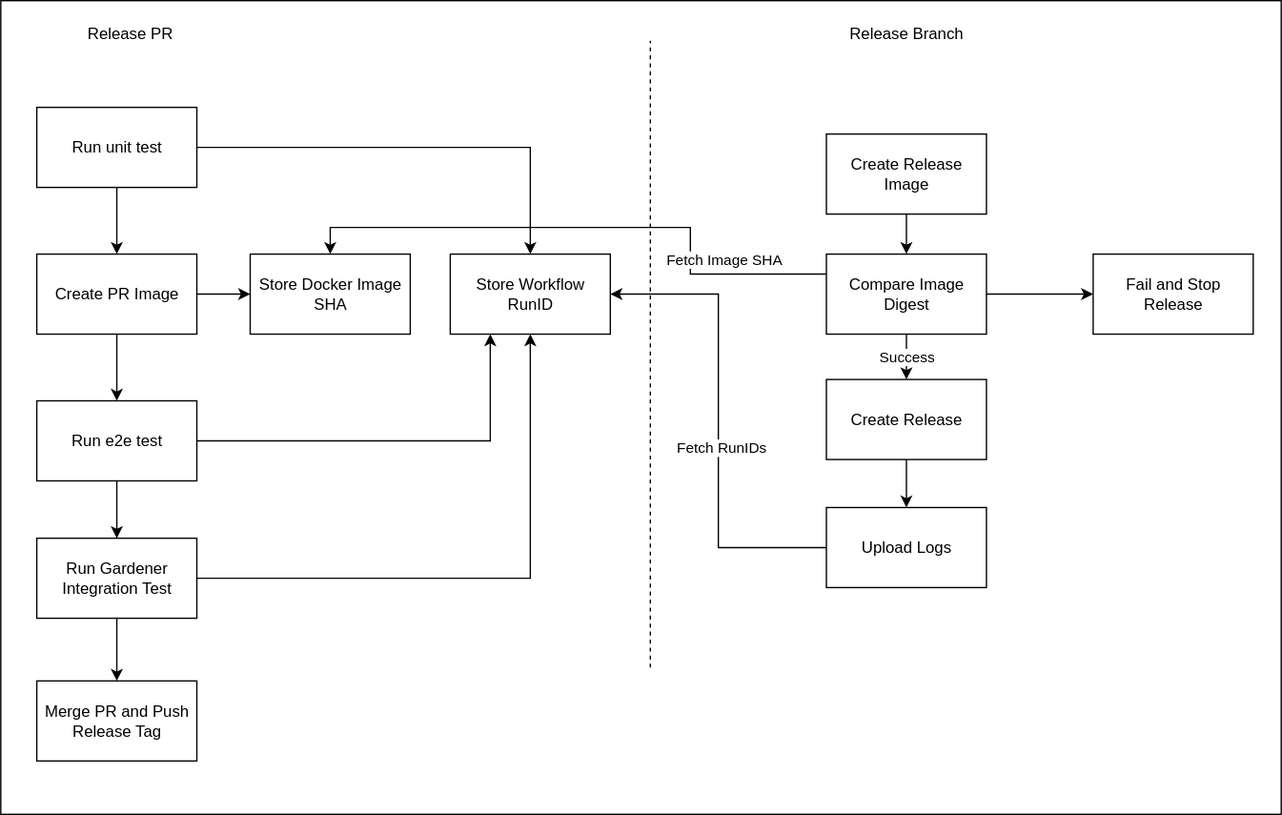
Above: docs/contributor/assets/auditable-release.drawio.svg in kyma-project/telemetry-manager (draw.io), before the change. Source tidied: cells renumbered, new cells last; positions are measured from the earlier drawing's top-left corner, leaving out a move shared by most shapes.
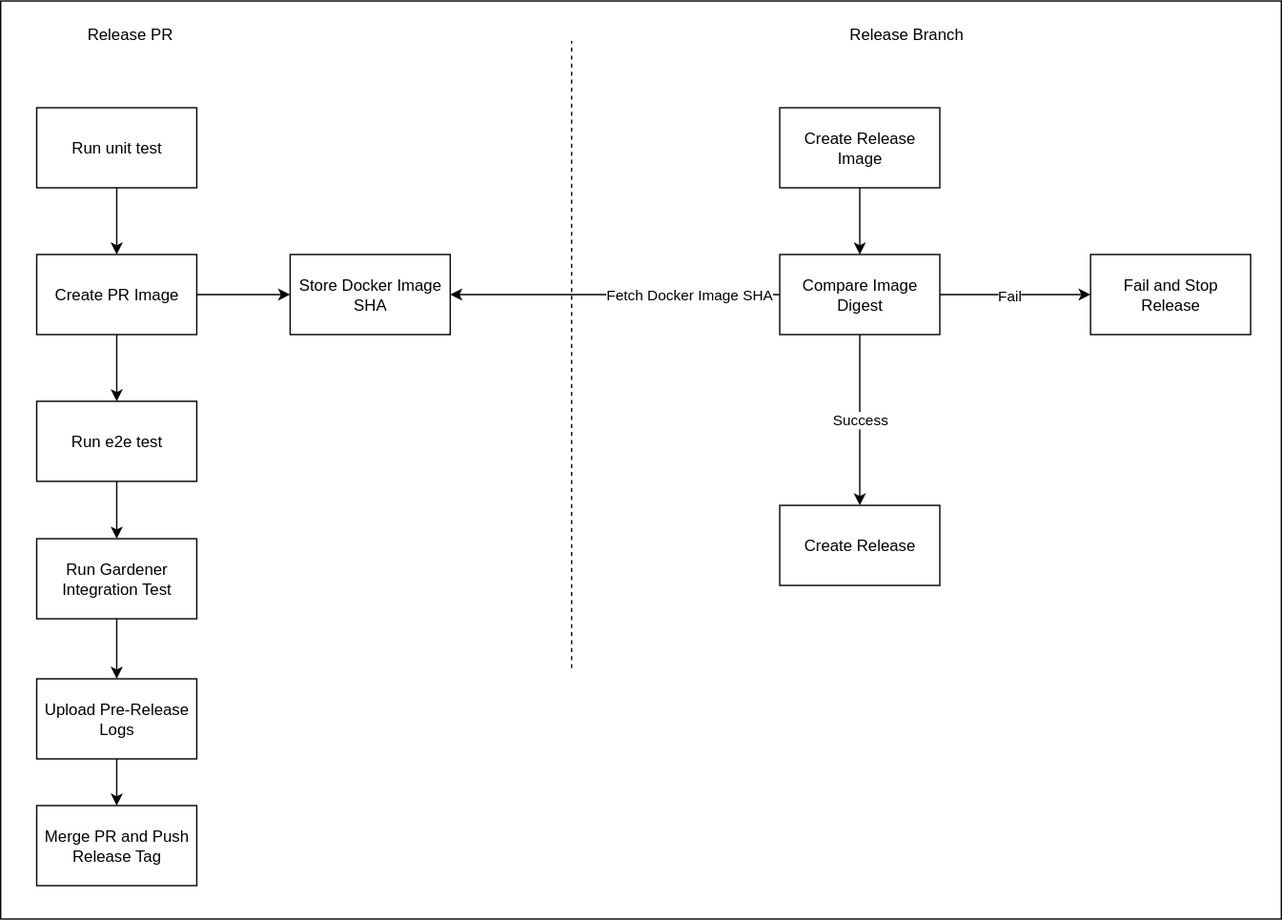
Later version of the same file.

What changed in the source:
```diff
@@ -2,115 +2,89 @@
   <root>
     <mxCell id="0" />
     <mxCell id="1" parent="0" />
-    <mxCell id="2" style="group;" parent="1" vertex="1">
-      <mxGeometry width="960" height="610" as="geometry" />
-    </mxCell>
-    <mxCell id="3" style="rounded=0;whiteSpace=wrap;html=1;labelBackgroundColor=none;fillStyle=hatch;" parent="2" vertex="1">
-      <mxGeometry width="960" height="610" as="geometry" />
+    <mxCell id="3" style="rounded=0;whiteSpace=wrap;html=1;labelBackgroundColor=none;fillStyle=hatch;" parent="1" vertex="1">
+      <mxGeometry y="2" width="960" height="688" as="geometry" />
     </mxCell>
-    <mxCell id="4" style="edgeStyle=orthogonalEdgeStyle;rounded=0;jettySize=auto;html=1;exitX=0.5;exitY=1;exitDx=0;exitDy=0;entryX=0.5;entryY=0;entryDx=0;entryDy=0;" parent="2" edge="1" source="6" target="9">
+    <mxCell id="4" style="edgeStyle=orthogonalEdgeStyle;rounded=0;jettySize=auto;html=1;exitX=0.5;exitY=1;exitDx=0;exitDy=0;entryX=0.5;entryY=0;entryDx=0;entryDy=0;" parent="1" edge="1" source="6" target="9">
       <mxGeometry relative="1" as="geometry" />
     </mxCell>
-    <mxCell id="5" style="edgeStyle=orthogonalEdgeStyle;rounded=0;jettySize=auto;html=1;exitX=1;exitY=0.5;exitDx=0;exitDy=0;entryX=0;entryY=0.5;entryDx=0;entryDy=0;" parent="2" edge="1" source="6" target="30">
+    <mxCell id="5" style="edgeStyle=orthogonalEdgeStyle;rounded=0;jettySize=auto;html=1;exitX=1;exitY=0.5;exitDx=0;exitDy=0;entryX=0;entryY=0.5;entryDx=0;entryDy=0;" parent="1" edge="1" source="6" target="30">
       <mxGeometry relative="1" as="geometry" />
     </mxCell>
-    <mxCell id="6" value="Create PR Image" style="rounded=0;whiteSpace=wrap;html=1;" parent="2" vertex="1">
-      <mxGeometry x="27" y="190" width="120" height="60" as="geometry" />
+    <mxCell id="6" value="Create PR Image" style="rounded=0;whiteSpace=wrap;html=1;" parent="1" vertex="1">
+      <mxGeometry x="27" y="192" width="120" height="60" as="geometry" />
     </mxCell>
-    <mxCell id="7" style="edgeStyle=orthogonalEdgeStyle;rounded=0;jettySize=auto;html=1;exitX=1;exitY=0.5;exitDx=0;exitDy=0;entryX=0.25;entryY=1;entryDx=0;entryDy=0;" parent="2" edge="1" source="9" target="29">
-      <mxGeometry relative="1" as="geometry" />
-    </mxCell>
-    <mxCell id="8" style="edgeStyle=orthogonalEdgeStyle;rounded=0;jettySize=auto;html=1;exitX=0.5;exitY=1;exitDx=0;exitDy=0;" parent="2" edge="1" source="9" target="34">
+    <mxCell id="8" style="edgeStyle=orthogonalEdgeStyle;rounded=0;jettySize=auto;html=1;exitX=0.5;exitY=1;exitDx=0;exitDy=0;" parent="1" edge="1" source="9" target="34">
       <mxGeometry relative="1" as="geometry" />
     </mxCell>
-    <mxCell id="9" value="Run e2e test" style="rounded=0;whiteSpace=wrap;html=1;" parent="2" vertex="1">
-      <mxGeometry x="27" y="300" width="120" height="60" as="geometry" />
+    <mxCell id="9" value="Run e2e test" style="rounded=0;whiteSpace=wrap;html=1;" parent="1" vertex="1">
+      <mxGeometry x="27" y="302" width="120" height="60" as="geometry" />
     </mxCell>
-    <mxCell id="10" style="edgeStyle=orthogonalEdgeStyle;rounded=0;jettySize=auto;html=1;exitX=0.5;exitY=1;exitDx=0;exitDy=0;entryX=0.5;entryY=0;entryDx=0;entryDy=0;" parent="2" edge="1" source="12" target="6">
+    <mxCell id="10" style="edgeStyle=orthogonalEdgeStyle;rounded=0;jettySize=auto;html=1;exitX=0.5;exitY=1;exitDx=0;exitDy=0;entryX=0.5;entryY=0;entryDx=0;entryDy=0;" parent="1" edge="1" source="12" target="6">
       <mxGeometry relative="1" as="geometry" />
     </mxCell>
-    <mxCell id="11" style="edgeStyle=orthogonalEdgeStyle;rounded=0;jettySize=auto;html=1;exitX=1;exitY=0.5;exitDx=0;exitDy=0;entryX=0.5;entryY=0;entryDx=0;entryDy=0;" parent="2" edge="1" source="12" target="29">
-      <mxGeometry relative="1" as="geometry" />
-    </mxCell>
-    <mxCell id="12" value="Run unit test" style="rounded=0;whiteSpace=wrap;html=1;" parent="2" vertex="1">
-      <mxGeometry x="27" y="80" width="120" height="60" as="geometry" />
+    <mxCell id="12" value="Run unit test" style="rounded=0;whiteSpace=wrap;html=1;" parent="1" vertex="1">
+      <mxGeometry x="27" y="82" width="120" height="60" as="geometry" />
     </mxCell>
-    <mxCell id="13" style="edgeStyle=orthogonalEdgeStyle;rounded=0;jettySize=auto;html=1;exitX=0.5;exitY=1;exitDx=0;exitDy=0;" parent="2" edge="1" source="14" target="19">
+    <mxCell id="13" style="edgeStyle=orthogonalEdgeStyle;rounded=0;jettySize=auto;html=1;exitX=0.5;exitY=1;exitDx=0;exitDy=0;" parent="1" edge="1" source="14" target="19">
       <mxGeometry relative="1" as="geometry" />
     </mxCell>
-    <mxCell id="14" value="Create Release Image" style="rounded=0;whiteSpace=wrap;html=1;" parent="2" vertex="1">
-      <mxGeometry x="619" y="100" width="120" height="60" as="geometry" />
+    <mxCell id="14" value="Create Release Image" style="rounded=0;whiteSpace=wrap;html=1;" parent="1" vertex="1">
+      <mxGeometry x="584" y="82" width="120" height="60" as="geometry" />
     </mxCell>
-    <mxCell id="15" value="Success" style="edgeStyle=orthogonalEdgeStyle;rounded=0;jettySize=auto;html=1;exitX=0.5;exitY=1;exitDx=0;exitDy=0;entryX=0.5;entryY=0;entryDx=0;entryDy=0;" parent="2" edge="1" source="19" target="21">
+    <mxCell id="15" value="Success" style="edgeStyle=orthogonalEdgeStyle;rounded=0;jettySize=auto;html=1;exitX=0.5;exitY=1;exitDx=0;exitDy=0;entryX=0.5;entryY=0;entryDx=0;entryDy=0;" parent="1" edge="1" source="19" target="21">
       <mxGeometry relative="1" as="geometry" />
     </mxCell>
-    <mxCell id="16" style="edgeStyle=orthogonalEdgeStyle;rounded=0;jettySize=auto;html=1;exitX=1;exitY=0.5;exitDx=0;exitDy=0;" parent="2" edge="1" source="19" target="31">
+    <mxCell id="16" style="edgeStyle=orthogonalEdgeStyle;rounded=0;jettySize=auto;html=1;exitX=1;exitY=0.5;exitDx=0;exitDy=0;" parent="1" edge="1" source="19" target="31">
       <mxGeometry relative="1" as="geometry" />
     </mxCell>
+    <mxCell id="35" value="Fail" style="edgeLabel;html=1;align=center;verticalAlign=middle;" parent="16" vertex="1">
+      <mxGeometry x="-0.1" relative="1" as="geometry" />
+    </mxCell>
-    <mxCell id="17" style="edgeStyle=orthogonalEdgeStyle;rounded=0;jettySize=auto;html=1;exitX=0;exitY=0.25;exitDx=0;exitDy=0;entryX=0.5;entryY=0;entryDx=0;entryDy=0;" parent="2" edge="1" source="19" target="30">
-      <mxGeometry relative="1" as="geometry">
-        <Array as="points">
-          <mxPoint x="517" y="205" />
-          <mxPoint x="517" y="170" />
-          <mxPoint x="247" y="170" />
-        </Array>
-      </mxGeometry>
+    <mxCell id="17" style="edgeStyle=orthogonalEdgeStyle;rounded=0;jettySize=auto;html=1;exitX=0;exitY=0.5;exitDx=0;exitDy=0;entryX=1;entryY=0.5;entryDx=0;entryDy=0;" parent="1" edge="1" source="19" target="30">
+      <mxGeometry relative="1" as="geometry" />
     </mxCell>
-    <mxCell id="18" value="Fetch Image SHA" style="edgeLabel;html=1;align=center;verticalAlign=middle;" parent="17" vertex="1">
-      <mxGeometry x="-0.46" y="-1" relative="1" as="geometry">
-        <mxPoint x="23" as="offset" />
-      </mxGeometry>
-    </mxCell>
+    <mxCell id="36" value="Fetch Docker Image SHA" style="edgeLabel;html=1;align=center;verticalAlign=middle;" parent="17" vertex="1">
+      <mxGeometry x="-0.44" y="-1" relative="1" as="geometry" />
+    </mxCell>
-    <mxCell id="19" value="Compare Image Digest" style="rounded=0;whiteSpace=wrap;html=1;" parent="2" vertex="1">
-      <mxGeometry x="619" y="190" width="120" height="60" as="geometry" />
+    <mxCell id="19" value="Compare Image Digest" style="rounded=0;whiteSpace=wrap;html=1;" parent="1" vertex="1">
+      <mxGeometry x="584" y="192" width="120" height="60" as="geometry" />
     </mxCell>
-    <mxCell id="20" style="edgeStyle=orthogonalEdgeStyle;rounded=0;jettySize=auto;html=1;exitX=0.5;exitY=1;exitDx=0;exitDy=0;entryX=0.5;entryY=0;entryDx=0;entryDy=0;" parent="2" edge="1" source="21" target="24">
-      <mxGeometry relative="1" as="geometry" />
-    </mxCell>
-    <mxCell id="21" value="Create Release" style="rounded=0;whiteSpace=wrap;html=1;" parent="2" vertex="1">
-      <mxGeometry x="619" y="284" width="120" height="60" as="geometry" />
+    <mxCell id="21" value="Create Release" style="rounded=0;whiteSpace=wrap;html=1;" parent="1" vertex="1">
+      <mxGeometry x="584" y="380" width="120" height="60" as="geometry" />
     </mxCell>
-    <mxCell id="22" style="edgeStyle=orthogonalEdgeStyle;rounded=0;jettySize=auto;html=1;exitX=0;exitY=0.5;exitDx=0;exitDy=0;entryX=1;entryY=0.5;entryDx=0;entryDy=0;" parent="2" edge="1" source="24" target="29">
-      <mxGeometry relative="1" as="geometry" />
-    </mxCell>
-    <mxCell id="23" value="Fetch RunIDs" style="edgeLabel;html=1;align=center;verticalAlign=middle;" parent="22" vertex="1">
-      <mxGeometry x="-0.11" y="-1" relative="1" as="geometry" />
-    </mxCell>
+    <mxCell id="37" style="edgeStyle=orthogonalEdgeStyle;rounded=0;jettySize=auto;html=1;exitX=0.5;exitY=1;exitDx=0;exitDy=0;entryX=0.5;entryY=0;entryDx=0;entryDy=0;" parent="1" edge="1" source="24" target="28">
+      <mxGeometry relative="1" as="geometry" />
+    </mxCell>
-    <mxCell id="24" value="Upload Logs" style="rounded=0;whiteSpace=wrap;html=1;" parent="2" vertex="1">
-      <mxGeometry x="619" y="380" width="120" height="60" as="geometry" />
+    <mxCell id="24" value="Upload Pre-Release Logs" style="rounded=0;whiteSpace=wrap;html=1;" parent="1" vertex="1">
+      <mxGeometry x="27" y="510" width="120" height="60" as="geometry" />
     </mxCell>
-    <mxCell id="25" style="endArrow=none;dashed=1;html=1;rounded=0;" parent="2" edge="1">
+    <mxCell id="25" style="endArrow=none;dashed=1;html=1;rounded=0;" parent="1" edge="1">
       <mxGeometry relative="1" as="geometry">
-        <mxPoint x="487" y="500" as="sourcePoint" />
-        <mxPoint x="487" y="30" as="targetPoint" />
+        <mxPoint x="428" y="502" as="sourcePoint" />
+        <mxPoint x="428" y="32" as="targetPoint" />
       </mxGeometry>
     </mxCell>
-    <mxCell id="26" value="Release PR" style="text;html=1;align=center;verticalAlign=middle;whiteSpace=wrap;rounded=0;" parent="2" vertex="1">
-      <mxGeometry x="47" y="10" width="100" height="30" as="geometry" />
+    <mxCell id="26" value="Release PR" style="text;html=1;align=center;verticalAlign=middle;whiteSpace=wrap;rounded=0;" parent="1" vertex="1">
+      <mxGeometry x="47" y="12" width="100" height="30" as="geometry" />
     </mxCell>
-    <mxCell id="27" value="Release Branch" style="text;html=1;align=center;verticalAlign=middle;whiteSpace=wrap;rounded=0;" parent="2" vertex="1">
-      <mxGeometry x="629" y="10" width="100" height="30" as="geometry" />
+    <mxCell id="27" value="Release Branch" style="text;html=1;align=center;verticalAlign=middle;whiteSpace=wrap;rounded=0;" parent="1" vertex="1">
+      <mxGeometry x="629" y="12" width="100" height="30" as="geometry" />
     </mxCell>
-    <mxCell id="28" value="Merge PR and Push Release Tag" style="rounded=0;whiteSpace=wrap;html=1;" parent="2" vertex="1">
-      <mxGeometry x="27" y="510" width="120" height="60" as="geometry" />
+    <mxCell id="28" value="Merge PR and Push Release Tag" style="rounded=0;whiteSpace=wrap;html=1;" parent="1" vertex="1">
+      <mxGeometry x="27" y="605" width="120" height="60" as="geometry" />
     </mxCell>
-    <mxCell id="29" value="Store Workflow RunID" style="rounded=0;whiteSpace=wrap;html=1;" parent="2" vertex="1">
-      <mxGeometry x="337" y="190" width="120" height="60" as="geometry" />
-    </mxCell>
-    <mxCell id="30" value="Store Docker Image SHA" style="rounded=0;whiteSpace=wrap;html=1;" parent="2" vertex="1">
-      <mxGeometry x="187" y="190" width="120" height="60" as="geometry" />
+    <mxCell id="30" value="Store Docker Image SHA" style="rounded=0;whiteSpace=wrap;html=1;" parent="1" vertex="1">
+      <mxGeometry x="217" y="192" width="120" height="60" as="geometry" />
     </mxCell>
-    <mxCell id="31" value="Fail and Stop Release" style="rounded=0;whiteSpace=wrap;html=1;" parent="2" vertex="1">
-      <mxGeometry x="819" y="190" width="120" height="60" as="geometry" />
+    <mxCell id="31" value="Fail and Stop Release" style="rounded=0;whiteSpace=wrap;html=1;" parent="1" vertex="1">
+      <mxGeometry x="817" y="192" width="120" height="60" as="geometry" />
     </mxCell>
-    <mxCell id="32" style="edgeStyle=orthogonalEdgeStyle;rounded=0;jettySize=auto;html=1;exitX=0.5;exitY=1;exitDx=0;exitDy=0;entryX=0.5;entryY=0;entryDx=0;entryDy=0;" parent="2" edge="1" source="34" target="28">
-      <mxGeometry relative="1" as="geometry" />
-    </mxCell>
-    <mxCell id="33" style="edgeStyle=orthogonalEdgeStyle;rounded=0;jettySize=auto;html=1;exitX=1;exitY=0.5;exitDx=0;exitDy=0;entryX=0.5;entryY=1;entryDx=0;entryDy=0;" parent="2" edge="1" source="34" target="29">
-      <mxGeometry relative="1" as="geometry" />
-    </mxCell>
+    <mxCell id="38" style="edgeStyle=orthogonalEdgeStyle;rounded=0;jettySize=auto;html=1;exitX=0.5;exitY=1;exitDx=0;exitDy=0;entryX=0.5;entryY=0;entryDx=0;entryDy=0;" parent="1" edge="1" source="34" target="24">
+      <mxGeometry relative="1" as="geometry" />
+    </mxCell>
-    <mxCell id="34" value="Run Gardener Integration Test" style="rounded=0;whiteSpace=wrap;html=1;" parent="2" vertex="1">
-      <mxGeometry x="27" y="403" width="120" height="60" as="geometry" />
+    <mxCell id="34" value="Run Gardener Integration Test" style="rounded=0;whiteSpace=wrap;html=1;" parent="1" vertex="1">
+      <mxGeometry x="27" y="405" width="120" height="60" as="geometry" />
     </mxCell>
   </root>
 </mxGraphModel>
```
